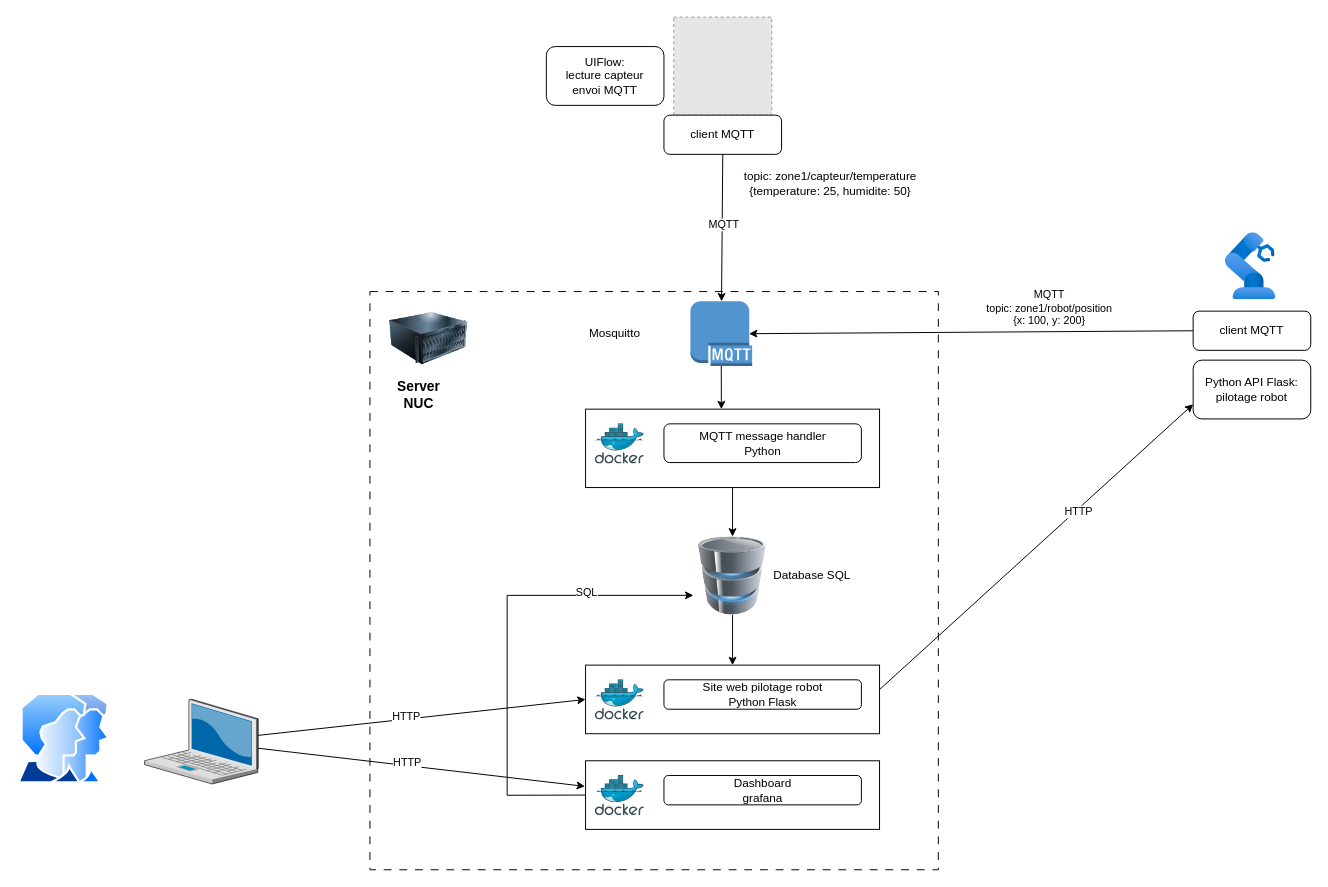
This is page "Synoptique" (1 of 2) of documentation/Niryo.drawio from fabrice1618/niryo, a draw.io file, before an edit. Source tidied: cells renumbered, new cells numbered last; positions are measured from the earlier drawing's top-left corner, leaving out a move shared by most shapes. Both pictures are drawn from the tidied source at 98%, with x=0, y=0 at pixel (17, 17). Pictures stored in the file or linked from it are replaced by grey dashed boxes.
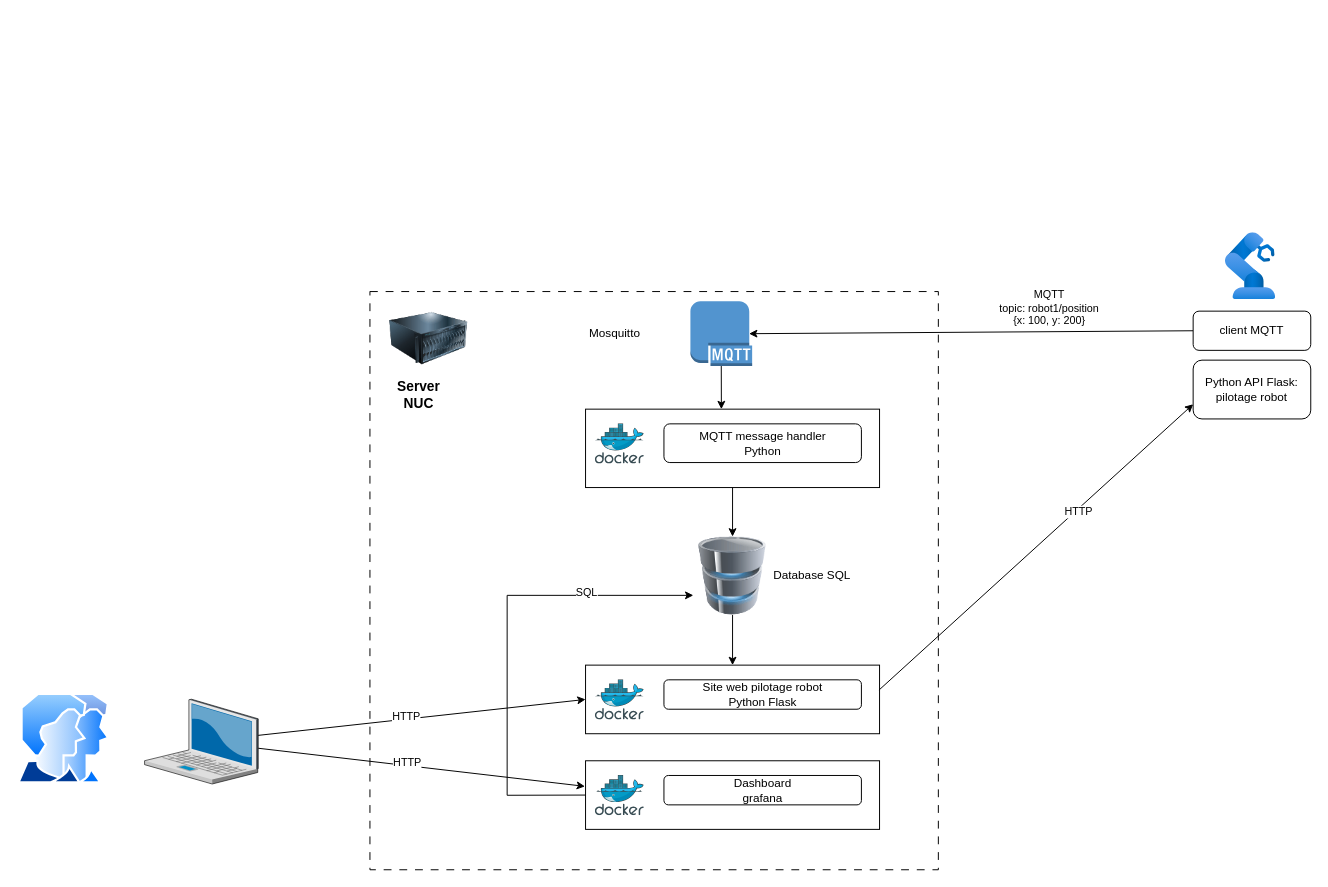
The same diagram, later.

Commit message (it also covers changes not shown here):
API+MQTT

Unchanged cells that the change refers to:
```xml
<mxCell id="8" style="outlineConnect=0;dashed=0;verticalLabelPosition=bottom;verticalAlign=top;align=center;html=1;shape=mxgraph.aws3.mqtt_protocol;fillColor=#5294CF;gradientColor=none;" parent="1" vertex="1">
  <mxGeometry x="687" y="290" width="63" height="66" as="geometry" />
</mxCell>
<mxCell id="10" style="endArrow=classic;html=1;rounded=0;entryX=0.95;entryY=0.5;entryDx=0;entryDy=0;entryPerimeter=0;exitX=0;exitY=0.5;exitDx=0;exitDy=0;" parent="1" edge="1" source="39" target="8">
  <mxGeometry relative="1" as="geometry" />
</mxCell>
```

The edit, as a diff of the source:
```diff
@@
-    <mxCell id="7" style="fillColor=#E6E6E6;strokeColor=#999999;dashed=1;verticalLabelPosition=bottom;verticalAlign=top;" parent="1" vertex="1">
-      <mxGeometry x="670" width="100" height="100" as="geometry" />
-    </mxCell>
@@
-    <mxCell id="11" value="MQTT&lt;br&gt;topic:&amp;nbsp;zone1/robot/position&lt;br&gt;{x: 100, y: 200}" style="edgeLabel;html=1;align=center;verticalAlign=bottom;labelPosition=center;verticalLabelPosition=top;" parent="10" vertex="1">
+    <mxCell id="11" value="MQTT&lt;br&gt;topic: robot1/position&lt;br&gt;{x: 100, y: 200}" style="edgeLabel;html=1;align=center;verticalAlign=bottom;labelPosition=center;verticalLabelPosition=top;" parent="10" vertex="1">
       <mxGeometry x="-0.35" y="-3" relative="1" as="geometry" />
     </mxCell>
-    <mxCell id="12" style="endArrow=classic;html=1;rounded=0;exitX=0.5;exitY=1;exitDx=0;exitDy=0;" parent="1" edge="1" source="40" target="8">
-      <mxGeometry relative="1" as="geometry" />
-    </mxCell>
-    <mxCell id="13" value="MQTT" style="edgeLabel;html=1;align=center;verticalAlign=middle;" parent="12" vertex="1">
-      <mxGeometry x="-0.06" y="1" relative="1" as="geometry" />
-    </mxCell>
@@
-    <mxCell id="17" value="topic:&amp;nbsp;zone1/capteur/temperature&lt;br&gt;{temperature: 25, humidite: 50}" style="text;html=1;whiteSpace=wrap;strokeColor=none;fillColor=none;align=center;verticalAlign=middle;rounded=0;" parent="1" vertex="1">
-      <mxGeometry x="740" y="140" width="180" height="60" as="geometry" />
-    </mxCell>
@@
-    <mxCell id="19" value="UIFlow:&lt;br&gt;lecture capteur&lt;br&gt;envoi MQTT" style="rounded=1;whiteSpace=wrap;html=1;" parent="1" vertex="1">
-      <mxGeometry x="540" y="30" width="120" height="60" as="geometry" />
-    </mxCell>
@@
-    <mxCell id="40" value="client MQTT" style="rounded=1;whiteSpace=wrap;html=1;" parent="1" vertex="1">
-      <mxGeometry x="660" y="100" width="120" height="40" as="geometry" />
-    </mxCell>
```
